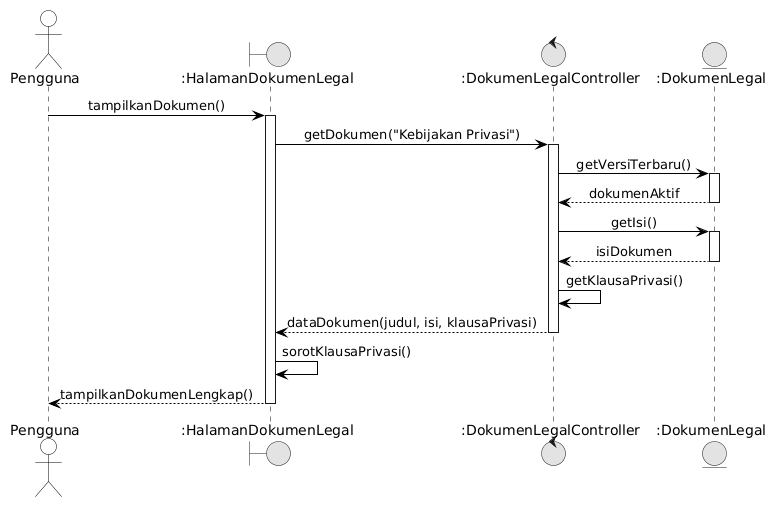
Above: docs/M7/assets/diagram/Sequence_UC06_Normal.png in ghaniyul/IF2150-RPL-K01-G02 (PlantUML), before the change.
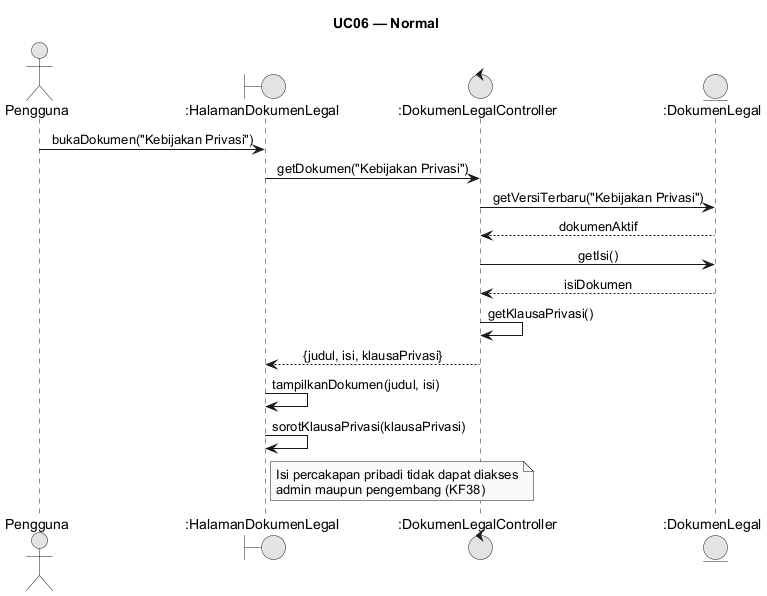
After the change.

What changed in the source:
```diff
@@ -4,46 +4,22 @@
 skinparam defaultFontName Arial
 skinparam sequenceMessageAlign center
 skinparam backgroundColor #FFFFFF
+skinparam responseMessageBelowArrow true
+title UC06 — Normal
+actor "Pengguna" as User
 
-skinparam participant {
-    BackgroundColor #FFFFFF
-    BorderColor #000000
-}
-skinparam actor {
-    BackgroundColor #FFFFFF
-    BorderColor #000000
-}
-skinparam sequence {
-    LifeLineBackgroundColor #FFFFFF
-    LifeLineBorderColor #000000
-    ArrowColor #000000
-    ActorBorderColor #000000
-    ActorBackgroundColor #FFFFFF
-    GroupBorderColor #000000
-    GroupBackgroundColor #FFFFFF
-}
-
-actor "Pengguna" as User
 boundary ":HalamanDokumenLegal" as UI
-control ":DokumenLegalController" as Ctrl
-entity ":DokumenLegal" as Dokumen
-
-User -> UI: tampilkanDokumen()
-activate UI
-UI -> Ctrl: getDokumen("Kebijakan Privasi")
-activate Ctrl
-Ctrl -> Dokumen: getVersiTerbaru()
-activate Dokumen
-Dokumen --> Ctrl: dokumenAktif
-deactivate Dokumen
-Ctrl -> Dokumen: getIsi()
-activate Dokumen
-Dokumen --> Ctrl: isiDokumen
-deactivate Dokumen
-Ctrl -> Ctrl: getKlausaPrivasi()
-Ctrl --> UI: dataDokumen(judul, isi, klausaPrivasi)
-deactivate Ctrl
-UI -> UI: sorotKlausaPrivasi()
-UI --> User: tampilkanDokumenLengkap()
-deactivate UI
+control ":DokumenLegalController" as DC
+entity ":DokumenLegal" as Dok
+User -> UI: bukaDokumen("Kebijakan Privasi")
+UI -> DC: getDokumen("Kebijakan Privasi")
+DC -> Dok: getVersiTerbaru("Kebijakan Privasi")
+Dok --> DC: dokumenAktif
+DC -> Dok: getIsi()
+Dok --> DC: isiDokumen
+DC -> DC: getKlausaPrivasi()
+DC --> UI: {judul, isi, klausaPrivasi}
+UI -> UI: tampilkanDokumen(judul, isi)
+UI -> UI: sorotKlausaPrivasi(klausaPrivasi)
+note right of UI: Isi percakapan pribadi tidak dapat diakses\nadmin maupun pengembang (KF38)
 @enduml
```
